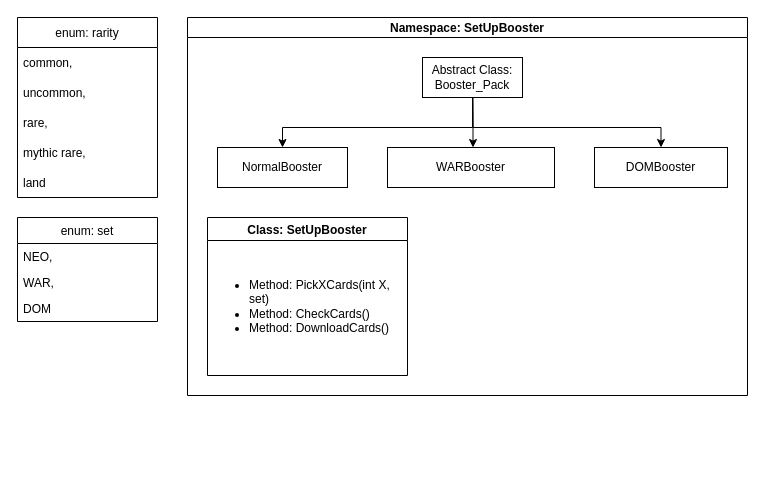
Earlier version of the draw.io diagram flowChart.drawio (BensonB12/Final-Project-2022). Source tidied: cells renumbered, new cells numbered last; positions are measured from the earlier drawing's top-left corner, leaving out a move shared by most shapes. Both pictures are drawn from the tidied source at 100%, with x=0, y=0 at pixel (17, 17).
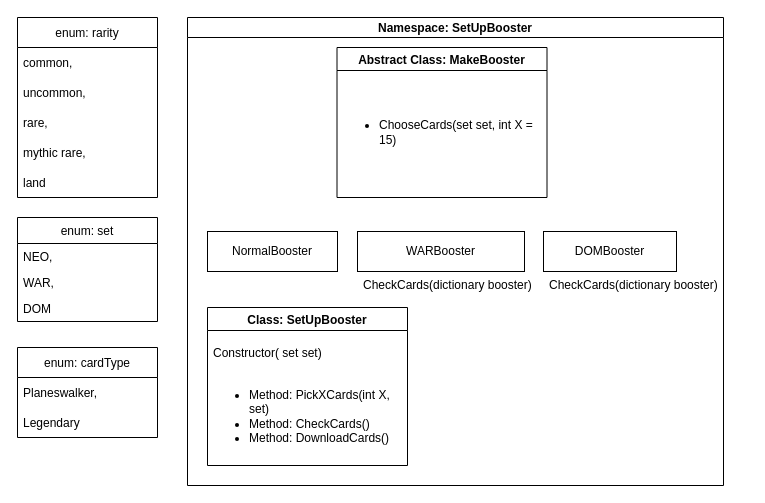
The same diagram, later.

Change to the diagram source:
```diff
@@
     <mxCell id="8" value="Namespace: SetUpBooster" style="swimlane;startSize=20;horizontal=1;horizontalTree=0;containerType=tree;" parent="1" vertex="1">
-      <mxGeometry x="170" width="560" height="378" as="geometry" />
+      <mxGeometry x="170" width="536" height="468" as="geometry" />
     </mxCell>
-    <mxCell id="9" value="Abstract Class: Booster_Pack" style="whiteSpace=wrap;html=1;" parent="8" vertex="1">
-      <mxGeometry x="235" y="40" width="100" height="40" as="geometry" />
-    </mxCell>
+    <mxCell id="22" style="group;" parent="8" vertex="1">
+      <mxGeometry x="20" y="290" width="200" height="158" as="geometry" />
+    </mxCell>
+    <mxCell id="16" value="Class: SetUpBooster" style="swimlane;" parent="22" vertex="1">
+      <mxGeometry width="200" height="158" as="geometry" />
+    </mxCell>
+    <mxCell id="23" value="Constructor( set set)" style="text;strokeColor=none;fillColor=none;align=left;verticalAlign=middle;spacingLeft=4;spacingRight=4;overflow=hidden;" parent="16" vertex="1">
+      <mxGeometry y="30" width="200" height="30" as="geometry" />
+    </mxCell>
+    <mxCell id="17" value="&lt;ul&gt;&lt;li&gt;Method: PickXCards(int X, set)&lt;/li&gt;&lt;li&gt;Method: CheckCards()&lt;/li&gt;&lt;li&gt;Method: DownloadCards()&lt;/li&gt;&lt;/ul&gt;" style="text;strokeColor=none;fillColor=none;html=1;whiteSpace=wrap;verticalAlign=middle;overflow=hidden;" parent="22" vertex="1">
+      <mxGeometry y="60" width="200" height="98" as="geometry" />
+    </mxCell>
     <mxCell id="10" value="NormalBooster" style="whiteSpace=wrap;html=1;" parent="8" vertex="1">
-      <mxGeometry x="30" y="130" width="130" height="40" as="geometry" />
+      <mxGeometry x="20" y="214" width="130" height="40" as="geometry" />
     </mxCell>
-    <mxCell id="11" style="edgeStyle=elbowEdgeStyle;elbow=vertical;html=1;rounded=0;" parent="8" edge="1" source="9" target="10">
-      <mxGeometry relative="1" as="geometry">
-        <Array as="points">
-          <mxPoint x="196.5" y="110" />
-        </Array>
-      </mxGeometry>
-    </mxCell>
     <mxCell id="12" value="WARBooster" style="whiteSpace=wrap;html=1;" parent="8" vertex="1">
-      <mxGeometry x="200" y="130" width="167" height="40" as="geometry" />
+      <mxGeometry x="170" y="214" width="167" height="40" as="geometry" />
     </mxCell>
-    <mxCell id="13" style="edgeStyle=elbowEdgeStyle;elbow=vertical;html=1;rounded=0;" parent="8" edge="1" source="9" target="12">
-      <mxGeometry relative="1" as="geometry">
-        <Array as="points">
-          <mxPoint x="285.5" y="105" />
-        </Array>
-      </mxGeometry>
-    </mxCell>
-    <mxCell id="14" style="edgeStyle=none;html=1;entryX=0.5;entryY=0;entryDx=0;entryDy=0;exitX=0.5;exitY=1;exitDx=0;exitDy=0;rounded=0;" parent="8" edge="1" source="9" target="15">
-      <mxGeometry relative="1" as="geometry">
-        <Array as="points">
-          <mxPoint x="285.5" y="110" />
-          <mxPoint x="376.5" y="110" />
-          <mxPoint x="473.5" y="110" />
-        </Array>
-      </mxGeometry>
-    </mxCell>
     <mxCell id="15" value="DOMBooster" style="whiteSpace=wrap;html=1;" parent="8" vertex="1">
-      <mxGeometry x="407" y="130" width="133" height="40" as="geometry" />
+      <mxGeometry x="356" y="214" width="133" height="40" as="geometry" />
     </mxCell>
-    <mxCell id="16" value="Class: SetUpBooster" style="swimlane;" parent="8" vertex="1">
-      <mxGeometry x="20" y="200" width="200" height="158" as="geometry" />
-    </mxCell>
-    <mxCell id="17" value="&lt;ul&gt;&lt;li&gt;Method: PickXCards(int X, set)&lt;/li&gt;&lt;li&gt;Method: CheckCards()&lt;/li&gt;&lt;li&gt;Method: DownloadCards()&lt;/li&gt;&lt;/ul&gt;" style="text;strokeColor=none;fillColor=none;html=1;whiteSpace=wrap;verticalAlign=middle;overflow=hidden;" parent="16" vertex="1">
-      <mxGeometry y="20" width="200" height="138" as="geometry" />
-    </mxCell>
+    <mxCell id="24" value="Abstract Class: MakeBooster" style="swimlane;" parent="8" vertex="1">
+      <mxGeometry x="149.5" y="30" width="210" height="150" as="geometry" />
+    </mxCell>
+    <mxCell id="25" value="&lt;ul&gt;&lt;li&gt;ChooseCards(set set, int X = 15)&lt;/li&gt;&lt;/ul&gt;" style="text;strokeColor=none;fillColor=none;html=1;whiteSpace=wrap;verticalAlign=middle;overflow=hidden;" parent="24" vertex="1">
+      <mxGeometry x="0.5" y="20" width="209.5" height="130" as="geometry" />
+    </mxCell>
+    <mxCell id="26" value="CheckCards(dictionary booster)" style="text;strokeColor=none;fillColor=none;align=left;verticalAlign=top;spacingLeft=4;spacingRight=4;overflow=hidden;" parent="8" vertex="1">
+      <mxGeometry x="170" y="254" width="180" height="26" as="geometry" />
+    </mxCell>
+    <mxCell id="27" value="CheckCards(dictionary booster)" style="text;strokeColor=none;fillColor=none;align=left;verticalAlign=top;spacingLeft=4;spacingRight=4;overflow=hidden;" parent="8" vertex="1">
+      <mxGeometry x="356" y="254" width="180" height="26" as="geometry" />
+    </mxCell>
@@
+    <mxCell id="28" value="enum: cardType" style="swimlane;fontStyle=0;horizontal=1;startSize=30;" parent="1" vertex="1">
+      <mxGeometry y="330" width="140" height="90" as="geometry" />
+    </mxCell>
+    <mxCell id="29" value="Planeswalker," style="text;strokeColor=none;fillColor=none;align=left;verticalAlign=middle;spacingLeft=4;spacingRight=4;overflow=hidden;" parent="28" vertex="1">
+      <mxGeometry y="30" width="140" height="30" as="geometry" />
+    </mxCell>
+    <mxCell id="30" value="Legendary" style="text;strokeColor=none;fillColor=none;align=left;verticalAlign=middle;spacingLeft=4;spacingRight=4;overflow=hidden;" parent="28" vertex="1">
+      <mxGeometry y="60" width="140" height="30" as="geometry" />
+    </mxCell>
```
